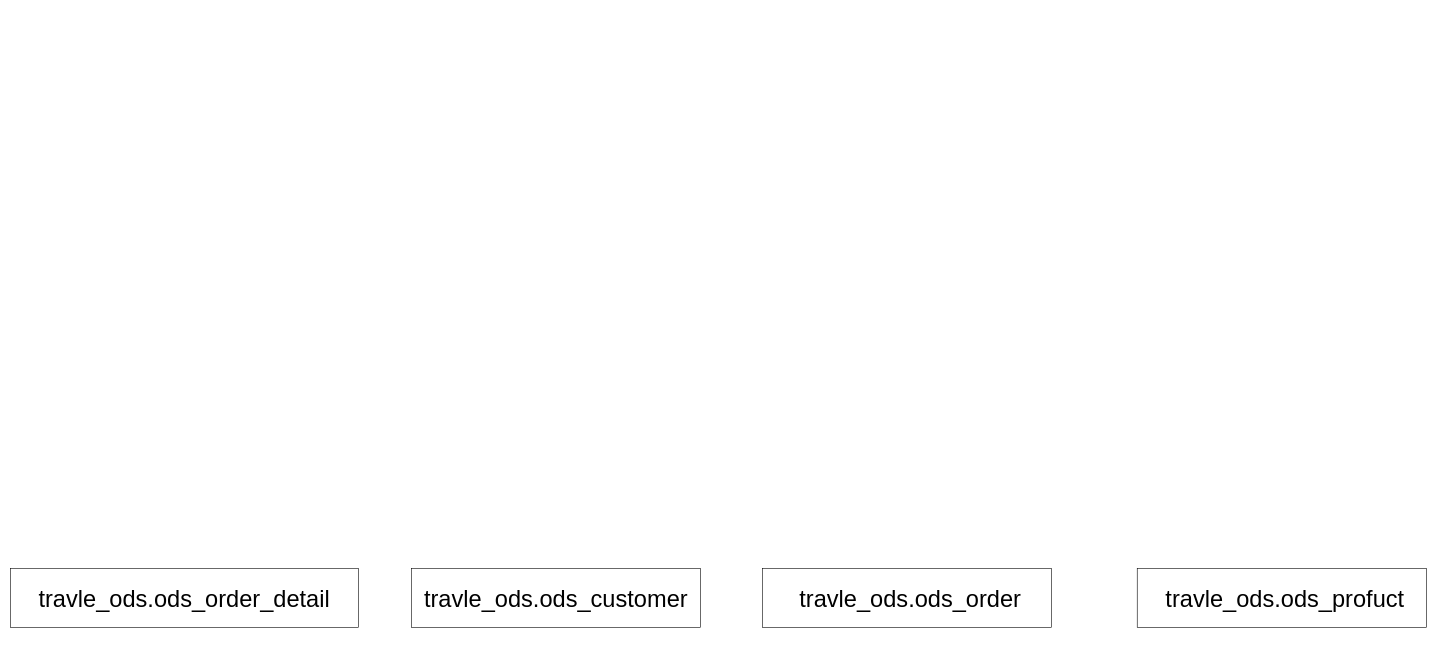
Superoh/test keeps this draw.io diagram as 携程.drawio. Above is the earlier version. Source tidied: cells renumbered, new cells numbered last; positions are measured from the earlier drawing's top-left corner, leaving out a move shared by most shapes. Both pictures are drawn from the tidied source at 59%, with x=0, y=0 at pixel (10, 568).
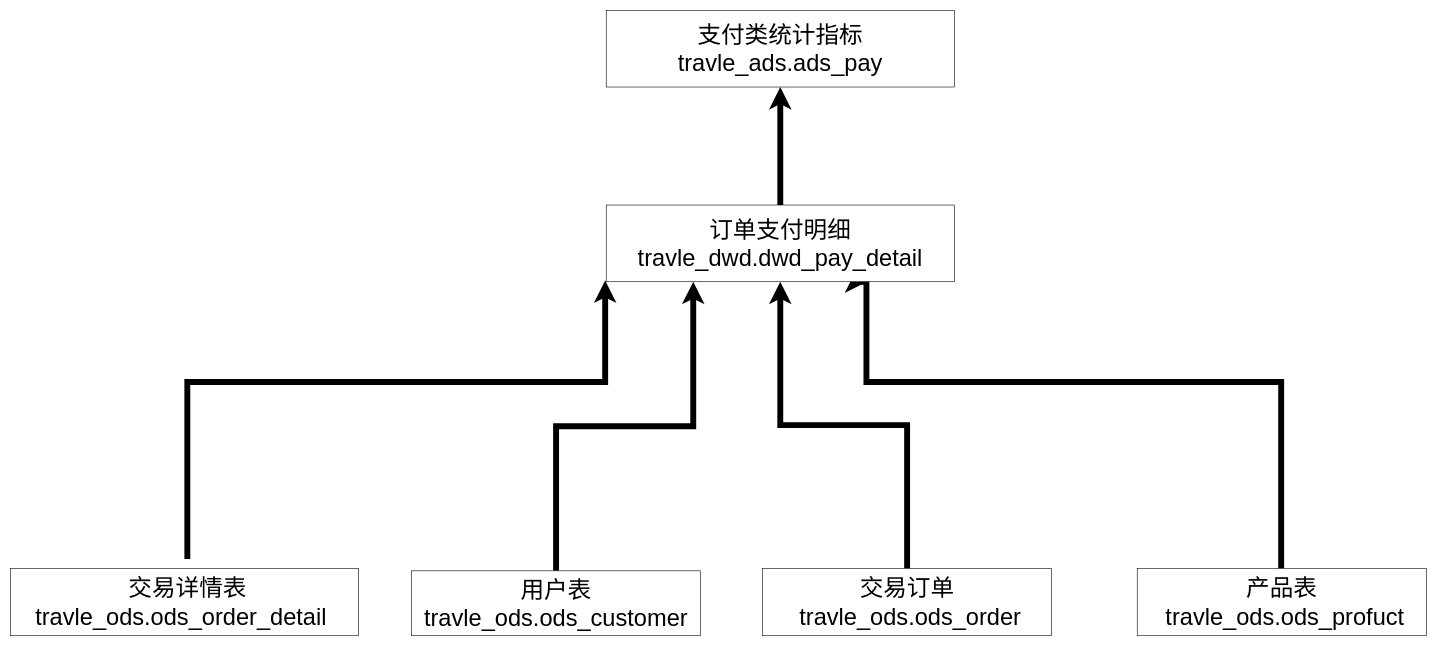
Above is the later version.

Change to the diagram source:
```diff
@@
 <mxGraphModel>
   <root>
     <mxCell id="0" />
     <mxCell id="1" parent="0" />
+    <mxCell id="6" style="edgeStyle=orthogonalEdgeStyle;rounded=0;jettySize=auto;html=1;entryX=-0.003;entryY=0.983;entryDx=0;entryDy=0;entryPerimeter=0;strokeWidth=10;" parent="1" edge="1" target="11">
+      <mxGeometry relative="1" as="geometry">
+        <mxPoint x="300" y="-16" as="sourcePoint" />
+        <Array as="points">
+          <mxPoint x="300" y="-316" />
+          <mxPoint x="1008" y="-316" />
+        </Array>
+      </mxGeometry>
+    </mxCell>
-    <mxCell id="2" value="&lt;div&gt;&lt;font style=&quot;font-size: 40px&quot;&gt;&amp;nbsp;travle_ods.ods_order_detail&amp;nbsp;&lt;/font&gt;&lt;/div&gt;" style="rounded=0;whiteSpace=wrap;html=1;" parent="1" vertex="1">
-      <mxGeometry width="590" height="100" as="geometry" />
+    <mxCell id="2" value="&lt;div&gt;&lt;font style=&quot;font-size: 40px&quot;&gt;&amp;nbsp;交易详情表&lt;/font&gt;&lt;/div&gt;&lt;div&gt;&lt;font style=&quot;font-size: 40px&quot;&gt;travle_ods.ods_order_detail&amp;nbsp;&lt;/font&gt;&lt;/div&gt;" style="rounded=0;whiteSpace=wrap;html=1;" parent="1" vertex="1">
+      <mxGeometry width="590" height="114" as="geometry" />
     </mxCell>
+    <mxCell id="7" style="edgeStyle=orthogonalEdgeStyle;rounded=0;jettySize=auto;html=1;entryX=0.25;entryY=1;entryDx=0;entryDy=0;strokeWidth=10;" parent="1" edge="1" source="3" target="11">
+      <mxGeometry relative="1" as="geometry" />
+    </mxCell>
-    <mxCell id="3" value="&lt;div&gt;&lt;font style=&quot;font-size: 40px&quot;&gt;&amp;nbsp;travle_ods.ods_customer&amp;nbsp;&lt;/font&gt;&lt;/div&gt;" style="rounded=0;whiteSpace=wrap;html=1;" parent="1" vertex="1">
-      <mxGeometry x="680" width="490" height="100" as="geometry" />
+    <mxCell id="3" value="&lt;div&gt;&lt;font style=&quot;font-size: 40px&quot;&gt;用户表&lt;/font&gt;&lt;/div&gt;&lt;div&gt;&lt;font style=&quot;font-size: 40px&quot;&gt;&amp;nbsp;travle_ods.ods_customer&amp;nbsp;&lt;/font&gt;&lt;/div&gt;" style="rounded=0;whiteSpace=wrap;html=1;" parent="1" vertex="1">
+      <mxGeometry x="680" y="4" width="490" height="110" as="geometry" />
     </mxCell>
+    <mxCell id="8" style="edgeStyle=orthogonalEdgeStyle;rounded=0;jettySize=auto;html=1;entryX=0.75;entryY=1;entryDx=0;entryDy=0;strokeWidth=10;" parent="1" edge="1" source="4" target="11">
+      <mxGeometry relative="1" as="geometry">
+        <Array as="points">
+          <mxPoint x="2154" y="-316" />
+          <mxPoint x="1451" y="-316" />
+        </Array>
+      </mxGeometry>
+    </mxCell>
-    <mxCell id="4" value="&lt;div&gt;&lt;font style=&quot;font-size: 40px&quot;&gt;&amp;nbsp;travle_ods.ods_profuct&lt;/font&gt;&lt;/div&gt;" style="rounded=0;whiteSpace=wrap;html=1;" parent="1" vertex="1">
-      <mxGeometry x="1910" width="490" height="100" as="geometry" />
+    <mxCell id="4" value="&lt;div&gt;&lt;font style=&quot;font-size: 40px&quot;&gt;产品表&lt;/font&gt;&lt;/div&gt;&lt;div&gt;&lt;font style=&quot;font-size: 40px&quot;&gt;&amp;nbsp;travle_ods.ods_profuct&lt;/font&gt;&lt;/div&gt;" style="rounded=0;whiteSpace=wrap;html=1;" parent="1" vertex="1">
+      <mxGeometry x="1910" width="490" height="114" as="geometry" />
     </mxCell>
+    <mxCell id="9" style="edgeStyle=orthogonalEdgeStyle;rounded=0;jettySize=auto;html=1;strokeWidth=10;" parent="1" edge="1" source="5" target="11">
+      <mxGeometry relative="1" as="geometry" />
+    </mxCell>
-    <mxCell id="5" value="&lt;div&gt;&lt;font style=&quot;font-size: 40px&quot;&gt;&amp;nbsp;travle_ods.ods_order&lt;/font&gt;&lt;/div&gt;" style="rounded=0;whiteSpace=wrap;html=1;" parent="1" vertex="1">
-      <mxGeometry x="1275" width="490" height="100" as="geometry" />
+    <mxCell id="5" value="&lt;div&gt;&lt;font style=&quot;font-size: 40px&quot;&gt;交易订单&lt;/font&gt;&lt;/div&gt;&lt;div&gt;&lt;font style=&quot;font-size: 40px&quot;&gt;&amp;nbsp;travle_ods.ods_order&lt;/font&gt;&lt;/div&gt;" style="rounded=0;whiteSpace=wrap;html=1;" parent="1" vertex="1">
+      <mxGeometry x="1275" width="490" height="114" as="geometry" />
     </mxCell>
+    <mxCell id="10" style="edgeStyle=orthogonalEdgeStyle;rounded=0;jettySize=auto;html=1;entryX=0.5;entryY=1;entryDx=0;entryDy=0;strokeWidth=10;" parent="1" edge="1" source="11" target="12">
+      <mxGeometry relative="1" as="geometry" />
+    </mxCell>
+    <mxCell id="11" value="&lt;font style=&quot;font-size: 40px&quot;&gt;订单支付明细&lt;br&gt;travle_dwd.dwd_pay_detail&lt;/font&gt;" style="rounded=0;whiteSpace=wrap;html=1;" parent="1" vertex="1">
+      <mxGeometry x="1010" y="-616" width="590" height="130" as="geometry" />
+    </mxCell>
+    <mxCell id="12" value="&lt;font style=&quot;font-size: 40px&quot;&gt;支付类统计指标&lt;br&gt;travle_ads.ads_pay&lt;/font&gt;" style="rounded=0;whiteSpace=wrap;html=1;" parent="1" vertex="1">
+      <mxGeometry x="1010" y="-946" width="590" height="130" as="geometry" />
+    </mxCell>
   </root>
 </mxGraphModel>
```
